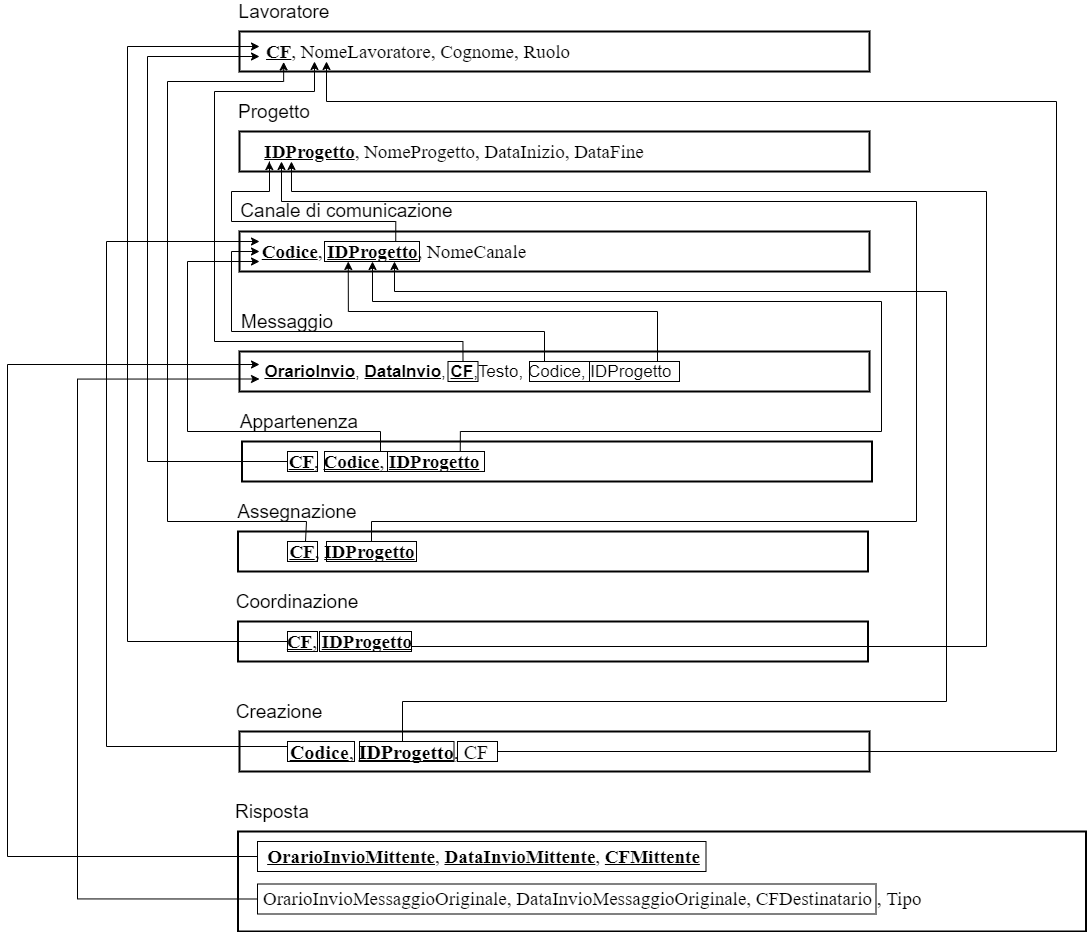
The draw.io diagram Relazione/Schema ER/modello-relazionale.png in martafra/BD-Chat-Multicanale, before a commit. Source tidied: cells renumbered, new cells last; positions are measured from the earlier drawing's top-left corner, leaving out a move shared by most shapes.
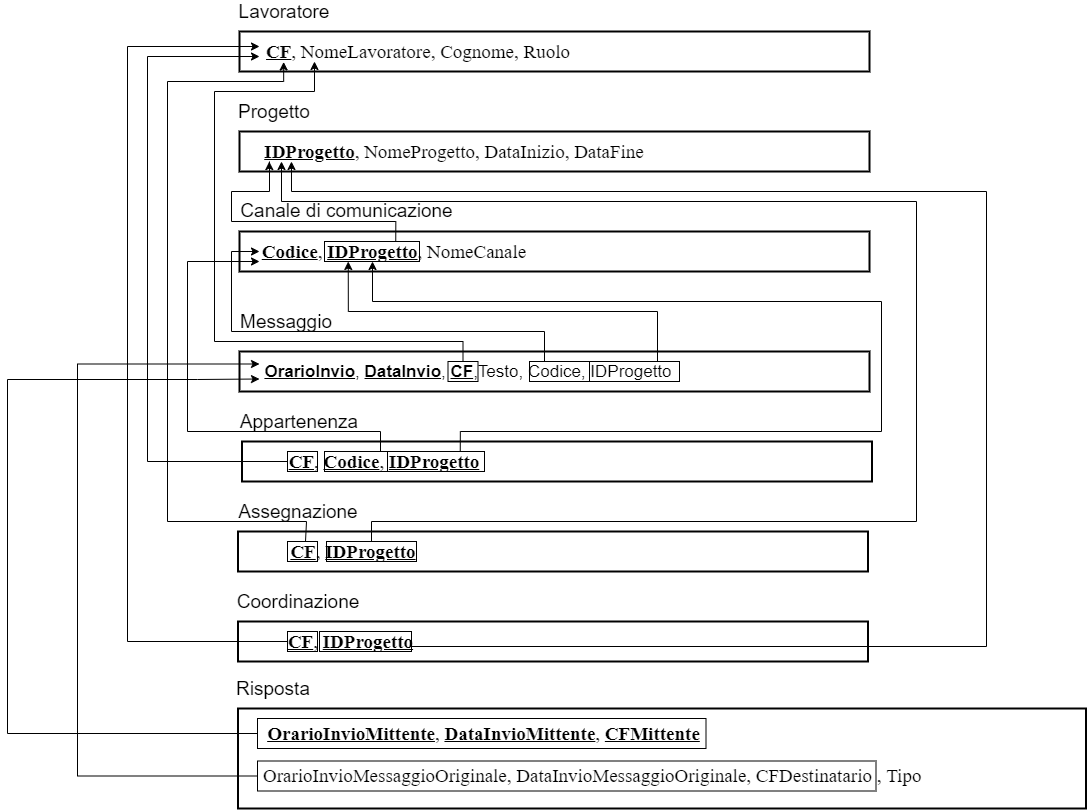
After the commit.

Commit message:
rimozione dalla progettazione della relazione "creazione" relativa ai canali di comunicazione

The edit, as a diff of the source:
```diff
@@ -76,31 +76,23 @@
     <mxCell id="23" value="Coordinazione" style="text;html=1;strokeColor=none;fillColor=none;align=center;verticalAlign=middle;whiteSpace=wrap;rounded=0;fontFamily=Helvetica;fontSize=19;" parent="1" vertex="1">
       <mxGeometry x="230.5" y="590" width="120" height="20" as="geometry" />
     </mxCell>
-    <mxCell id="24" style="rounded=0;whiteSpace=wrap;html=1;fillColor=none;strokeWidth=2;" parent="1" vertex="1">
-      <mxGeometry x="232" y="730" width="630" height="40" as="geometry" />
-    </mxCell>
-    <mxCell id="25" value="&lt;font style=&quot;font-size: 20px&quot;&gt;&lt;u style=&quot;font-size: 20px&quot;&gt;&lt;span style=&quot;line-height: 150% ; font-family: &amp;#34;times new roman&amp;#34; , serif ; font-size: 20px&quot;&gt;&lt;b style=&quot;font-size: 20px&quot;&gt;Codice&lt;/b&gt;&lt;/span&gt;&lt;/u&gt;&lt;span style=&quot;line-height: 150% ; font-family: &amp;#34;times new roman&amp;#34; , serif ; font-size: 20px&quot;&gt;, &lt;u style=&quot;font-size: 20px&quot;&gt;&lt;b style=&quot;font-size: 20px&quot;&gt;IDProgetto&lt;/b&gt;&lt;/u&gt;, CF&lt;/span&gt;&lt;/font&gt;" style="text;html=1;strokeColor=none;fillColor=none;align=center;verticalAlign=middle;whiteSpace=wrap;rounded=0;fontFamily=Helvetica;fontSize=20;" parent="1" vertex="1">
-      <mxGeometry x="252" y="740" width="260" height="20" as="geometry" />
-    </mxCell>
-    <mxCell id="26" value="Creazione" style="text;html=1;strokeColor=none;fillColor=none;align=center;verticalAlign=middle;whiteSpace=wrap;rounded=0;fontFamily=Helvetica;fontSize=19;" parent="1" vertex="1">
-      <mxGeometry x="232" y="700" width="80" height="20" as="geometry" />
-    </mxCell>
-    <mxCell id="27" style="edgeStyle=orthogonalEdgeStyle;rounded=0;jettySize=auto;html=1;exitX=0;exitY=0.5;exitDx=0;exitDy=0;fontFamily=Helvetica;fontSize=19;" parent="1" edge="1" source="58" target="12">
+    <mxCell id="27" style="edgeStyle=orthogonalEdgeStyle;rounded=0;jettySize=auto;html=1;exitX=0;exitY=0.5;exitDx=0;exitDy=0;fontFamily=Helvetica;fontSize=19;entryX=0;entryY=0.75;entryDx=0;entryDy=0;" parent="1" edge="1" source="58" target="12">
       <mxGeometry relative="1" as="geometry">
         <Array as="points">
-          <mxPoint y="855" />
-          <mxPoint y="363" />
+          <mxPoint y="732" />
+          <mxPoint y="378" />
+          <mxPoint x="190" y="378" />
         </Array>
       </mxGeometry>
     </mxCell>
     <mxCell id="28" style="rounded=0;whiteSpace=wrap;html=1;fillColor=none;labelBorderColor=#000000;labelBackgroundColor=none;strokeWidth=2;" parent="1" vertex="1">
-      <mxGeometry x="230.5" y="830" width="848" height="100" as="geometry" />
+      <mxGeometry x="230.5" y="707" width="848" height="100" as="geometry" />
     </mxCell>
     <mxCell id="29" value="&lt;span style=&quot;font-size: 19px ; line-height: 150% ; font-family: &amp;#34;times new roman&amp;#34; , serif&quot;&gt;OrarioInvioMessaggioOriginale, DataInvioMessaggioOriginale, CFDestinatario , Tipo&lt;/span&gt;" style="text;html=1;strokeColor=none;fillColor=none;align=left;verticalAlign=middle;whiteSpace=wrap;rounded=0;fontFamily=Helvetica;fontSize=19;" parent="1" vertex="1">
-      <mxGeometry x="254" y="882.5" width="714.5" height="30" as="geometry" />
+      <mxGeometry x="254" y="759.5" width="714.5" height="30" as="geometry" />
     </mxCell>
     <mxCell id="30" value="Risposta" style="text;html=1;strokeColor=none;fillColor=none;align=center;verticalAlign=middle;whiteSpace=wrap;rounded=0;fontFamily=Helvetica;fontSize=19;" parent="1" vertex="1">
-      <mxGeometry x="230.5" y="800" width="70" height="20" as="geometry" />
+      <mxGeometry x="230.5" y="677" width="70" height="20" as="geometry" />
     </mxCell>
     <mxCell id="31" style="edgeStyle=orthogonalEdgeStyle;rounded=0;jettySize=auto;html=1;exitX=0.75;exitY=0;exitDx=0;exitDy=0;fontFamily=Helvetica;fontSize=19;entryX=0.025;entryY=1.005;entryDx=0;entryDy=0;entryPerimeter=0;" parent="1" edge="1" source="32" target="7">
       <mxGeometry relative="1" as="geometry">
@@ -229,59 +221,22 @@
     <mxCell id="51" style="rounded=0;whiteSpace=wrap;html=1;fillColor=none;fontFamily=Helvetica;fontSize=19;align=left;" parent="1" vertex="1">
       <mxGeometry x="380" y="450" width="97" height="20" as="geometry" />
     </mxCell>
-    <mxCell id="52" style="edgeStyle=orthogonalEdgeStyle;rounded=0;jettySize=auto;html=1;exitX=0;exitY=0.25;exitDx=0;exitDy=0;entryX=0;entryY=0;entryDx=0;entryDy=0;fontFamily=Helvetica;fontSize=19;" parent="1" edge="1" source="53" target="10">
-      <mxGeometry relative="1" as="geometry">
-        <Array as="points">
-          <mxPoint x="99" y="745" />
-          <mxPoint x="99" y="240" />
-        </Array>
-      </mxGeometry>
-    </mxCell>
-    <mxCell id="53" style="rounded=0;whiteSpace=wrap;html=1;fillColor=none;fontFamily=Helvetica;fontSize=19;align=left;" parent="1" vertex="1">
-      <mxGeometry x="280" y="740" width="67" height="20" as="geometry" />
-    </mxCell>
-    <mxCell id="54" style="edgeStyle=orthogonalEdgeStyle;rounded=0;jettySize=auto;html=1;exitX=0.75;exitY=0;exitDx=0;exitDy=0;fontFamily=Helvetica;fontSize=19;entryX=0.5;entryY=1;entryDx=0;entryDy=0;" parent="1" edge="1" source="55" target="10">
-      <mxGeometry relative="1" as="geometry">
-        <Array as="points">
-          <mxPoint x="395" y="700" />
-          <mxPoint x="939" y="700" />
-          <mxPoint x="939" y="290" />
-          <mxPoint x="387" y="290" />
-        </Array>
-      </mxGeometry>
-    </mxCell>
-    <mxCell id="55" style="rounded=0;whiteSpace=wrap;html=1;fillColor=none;fontFamily=Helvetica;fontSize=19;align=left;" parent="1" vertex="1">
-      <mxGeometry x="352" y="740" width="94.5" height="20" as="geometry" />
-    </mxCell>
-    <mxCell id="56" style="edgeStyle=orthogonalEdgeStyle;rounded=0;jettySize=auto;html=1;exitX=1;exitY=0.5;exitDx=0;exitDy=0;fontFamily=Helvetica;fontSize=19;" parent="1" edge="1" source="57">
-      <mxGeometry relative="1" as="geometry">
-        <mxPoint x="319" y="60" as="targetPoint" />
-        <Array as="points">
-          <mxPoint x="1049" y="750" />
-          <mxPoint x="1049" y="100" />
-          <mxPoint x="319" y="100" />
-        </Array>
-      </mxGeometry>
-    </mxCell>
-    <mxCell id="57" style="rounded=0;whiteSpace=wrap;html=1;fillColor=none;fontFamily=Helvetica;fontSize=19;align=left;" parent="1" vertex="1">
-      <mxGeometry x="450" y="740" width="40" height="20" as="geometry" />
-    </mxCell>
     <mxCell id="58" style="rounded=0;whiteSpace=wrap;html=1;fillColor=none;fontFamily=Helvetica;fontSize=19;align=left;" parent="1" vertex="1">
-      <mxGeometry x="250" y="840" width="448.5" height="30" as="geometry" />
+      <mxGeometry x="250" y="717" width="448.5" height="30" as="geometry" />
     </mxCell>
-    <mxCell id="59" style="edgeStyle=orthogonalEdgeStyle;rounded=0;jettySize=auto;html=1;exitX=0;exitY=0.5;exitDx=0;exitDy=0;entryX=0;entryY=0.75;entryDx=0;entryDy=0;fontFamily=Helvetica;fontSize=19;" parent="1" edge="1" source="60" target="12">
+    <mxCell id="59" style="edgeStyle=orthogonalEdgeStyle;rounded=0;jettySize=auto;html=1;exitX=0;exitY=0.5;exitDx=0;exitDy=0;entryX=0;entryY=0.25;entryDx=0;entryDy=0;fontFamily=Helvetica;fontSize=19;" parent="1" edge="1" source="60" target="12">
       <mxGeometry relative="1" as="geometry">
         <Array as="points">
-          <mxPoint x="70" y="897" />
-          <mxPoint x="70" y="378" />
+          <mxPoint x="70" y="775" />
+          <mxPoint x="70" y="363" />
         </Array>
       </mxGeometry>
     </mxCell>
     <mxCell id="60" style="rounded=0;whiteSpace=wrap;html=1;fillColor=none;fontFamily=Helvetica;fontSize=19;align=left;" parent="1" vertex="1">
-      <mxGeometry x="250" y="882.5" width="618.5" height="30" as="geometry" />
+      <mxGeometry x="250" y="759.5" width="618.5" height="30" as="geometry" />
     </mxCell>
     <mxCell id="61" value="&lt;u style=&quot;font-size: 19px ; text-align: left&quot;&gt;&lt;span style=&quot;line-height: 28.5px ; font-family: &amp;#34;times new roman&amp;#34; , serif&quot;&gt;&lt;b&gt;OrarioInvioMittente&lt;/b&gt;&lt;/span&gt;&lt;/u&gt;&lt;span style=&quot;font-size: 19px ; text-align: left ; line-height: 28.5px ; font-family: &amp;#34;times new roman&amp;#34; , serif&quot;&gt;,&amp;nbsp;&lt;u&gt;&lt;b&gt;DataInvioMittente&lt;/b&gt;&lt;/u&gt;,&amp;nbsp;&lt;u&gt;&lt;b&gt;CFMittente&lt;/b&gt;&lt;/u&gt;&lt;/span&gt;" style="text;html=1;strokeColor=none;fillColor=none;align=center;verticalAlign=middle;whiteSpace=wrap;rounded=0;" parent="1" vertex="1">
-      <mxGeometry x="254" y="845" width="444.5" height="20" as="geometry" />
+      <mxGeometry x="254" y="722" width="444.5" height="20" as="geometry" />
     </mxCell>
   </root>
 </mxGraphModel>
```
